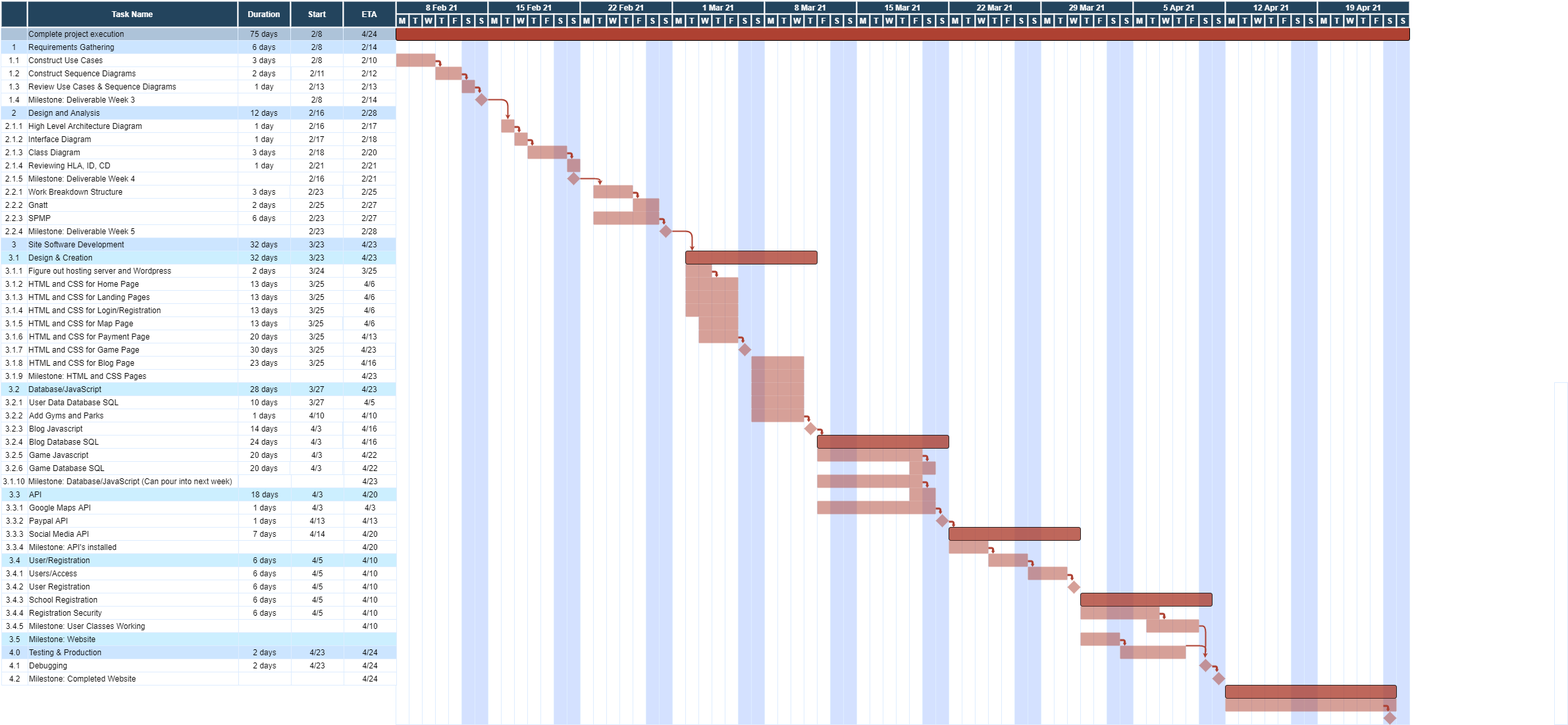
Hanandrof/Group-3-Repository keeps this draw.io diagram as Deliverables/Week_5/Gnatt.png. Above is the earlier version. Source tidied: cells renumbered, new cells last; positions are measured from the earlier drawing's top-left corner, leaving out a move shared by most shapes.
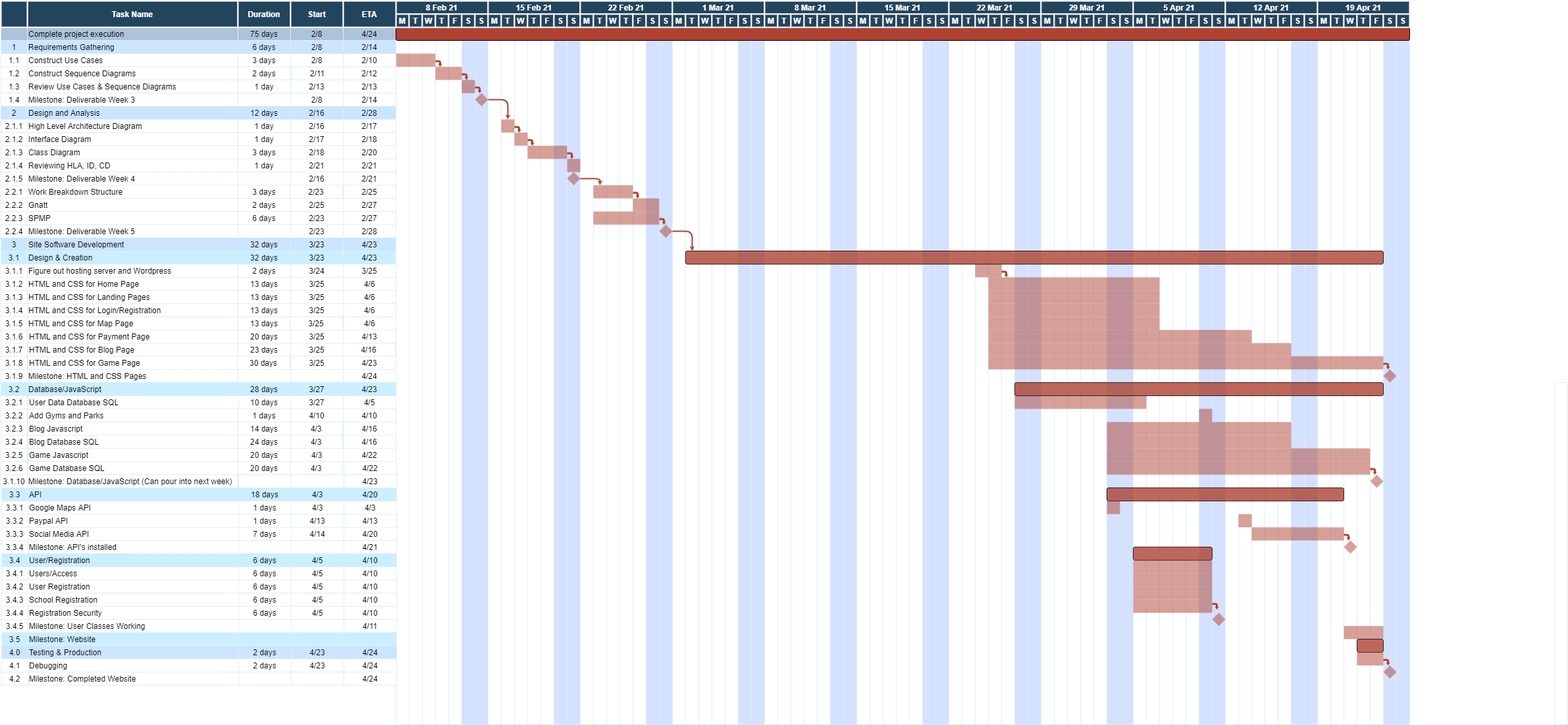
The same file after the commit.

What changed in the source:
```diff
@@ -323,30 +323,30 @@
     <mxCell id="105" style="shape=mxgraph.flowchart.process;fillColor=#AE4132;strokeColor=none;strokeWidth=2;opacity=50;" parent="3" vertex="1">
-      <mxGeometry x="440" y="360" width="40" height="20" as="geometry" />
+      <mxGeometry x="880" y="360" width="40" height="20" as="geometry" />
     </mxCell>
     <mxCell id="106" style="rounded=1;whiteSpace=wrap;html=1;fillColor=#AE4132;opacity=80;" parent="3" vertex="1">
-      <mxGeometry x="440" y="340" width="200" height="20" as="geometry" />
+      <mxGeometry x="440" y="340" width="1060" height="20" as="geometry" />
     </mxCell>
     <mxCell id="107" style="shape=mxgraph.flowchart.process;fillColor=#AE4132;strokeColor=none;strokeWidth=2;opacity=50;" parent="3" vertex="1">
-      <mxGeometry x="440" y="380" width="80" height="20" as="geometry" />
+      <mxGeometry x="900" y="380" width="260" height="20" as="geometry" />
     </mxCell>
     <mxCell id="108" style="shape=mxgraph.flowchart.process;fillColor=#AE4132;strokeColor=none;strokeWidth=2;opacity=50;" parent="3" vertex="1">
-      <mxGeometry x="440" y="400" width="80" height="20" as="geometry" />
+      <mxGeometry x="900" y="400" width="260" height="20" as="geometry" />
     </mxCell>
     <mxCell id="109" style="shape=mxgraph.flowchart.process;fillColor=#AE4132;strokeColor=none;strokeWidth=2;opacity=50;" parent="3" vertex="1">
-      <mxGeometry x="440" y="420" width="80" height="20" as="geometry" />
+      <mxGeometry x="900" y="420" width="260" height="20" as="geometry" />
     </mxCell>
     <mxCell id="110" style="rhombus;whiteSpace=wrap;html=1;fillColor=#AE4132;strokeColor=none;opacity=50;" parent="3" vertex="1">
-      <mxGeometry x="520" y="480" width="20" height="20" as="geometry" />
+      <mxGeometry x="1500" y="520" width="20" height="20" as="geometry" />
     </mxCell>
     <mxCell id="111" style="shape=mxgraph.flowchart.process;fillColor=#AE4132;strokeColor=none;strokeWidth=2;opacity=50;" parent="3" vertex="1">
-      <mxGeometry x="540" y="500" width="80" height="20" as="geometry" />
+      <mxGeometry x="900" y="480" width="460" height="20" as="geometry" />
     </mxCell>
     <mxCell id="112" style="shape=mxgraph.flowchart.process;fillColor=#AE4132;strokeColor=none;strokeWidth=2;opacity=50;" parent="3" vertex="1">
-      <mxGeometry x="460" y="440" width="60" height="20" as="geometry" />
+      <mxGeometry x="900" y="440" width="260" height="20" as="geometry" />
     </mxCell>
     <mxCell id="113" style="shape=mxgraph.flowchart.process;fillColor=#AE4132;strokeColor=none;strokeWidth=2;opacity=50;" parent="3" vertex="1">
-      <mxGeometry x="460" y="460" width="60" height="20" as="geometry" />
+      <mxGeometry x="900" y="460" width="400" height="20" as="geometry" />
     </mxCell>
     <mxCell id="114" style="shape=mxgraph.arrows.bent_right_arrow;fillColor=#AE4132;strokeColor=none;strokeWidth=2;direction=south;" parent="3" vertex="1">
-      <mxGeometry x="480" y="370" width="10" height="10" as="geometry" />
+      <mxGeometry x="920" y="370" width="10" height="10" as="geometry" />
     </mxCell>
@@ -361,142 +361,88 @@
     <mxCell id="116" style="shape=mxgraph.arrows.bent_right_arrow;fillColor=#AE4132;strokeColor=none;strokeWidth=2;direction=south;" parent="3" vertex="1">
-      <mxGeometry x="520" y="470" width="10" height="10" as="geometry" />
+      <mxGeometry x="1500" y="510" width="10" height="10" as="geometry" />
     </mxCell>
     <mxCell id="117" style="shape=mxgraph.flowchart.process;fillColor=#AE4132;strokeColor=none;strokeWidth=2;opacity=50;" parent="3" vertex="1">
-      <mxGeometry x="540" y="520" width="80" height="20" as="geometry" />
+      <mxGeometry x="940" y="560" width="200" height="20" as="geometry" />
     </mxCell>
     <mxCell id="118" style="shape=mxgraph.flowchart.process;fillColor=#AE4132;strokeColor=none;strokeWidth=2;opacity=50;" parent="3" vertex="1">
-      <mxGeometry x="540" y="540" width="80" height="20" as="geometry" />
+      <mxGeometry x="1080" y="600" width="280" height="20" as="geometry" />
     </mxCell>
-    <mxCell id="119" style="shape=mxgraph.flowchart.process;fillColor=#AE4132;strokeColor=none;strokeWidth=2;opacity=50;" parent="3" vertex="1">
-      <mxGeometry x="540" y="560" width="80" height="20" as="geometry" />
-    </mxCell>
-    <mxCell id="120" style="shape=mxgraph.flowchart.process;fillColor=#AE4132;strokeColor=none;strokeWidth=2;opacity=50;" parent="3" vertex="1">
-      <mxGeometry x="540" y="580" width="80" height="20" as="geometry" />
-    </mxCell>
     <mxCell id="121" style="rhombus;whiteSpace=wrap;html=1;fillColor=#AE4132;strokeColor=none;opacity=50;" parent="3" vertex="1">
-      <mxGeometry x="620" y="600" width="20" height="20" as="geometry" />
+      <mxGeometry x="1480" y="680" width="20" height="20" as="geometry" />
     </mxCell>
     <mxCell id="122" style="shape=mxgraph.arrows.bent_right_arrow;fillColor=#AE4132;strokeColor=none;strokeWidth=2;direction=south;" parent="3" vertex="1">
-      <mxGeometry x="620" y="590" width="10" height="10" as="geometry" />
+      <mxGeometry x="1480" y="670" width="10" height="10" as="geometry" />
     </mxCell>
     <mxCell id="123" style="rounded=1;whiteSpace=wrap;html=1;fillColor=#AE4132;opacity=80;" parent="3" vertex="1">
-      <mxGeometry x="640" y="620" width="200" height="20" as="geometry" />
+      <mxGeometry x="1080" y="700" width="360" height="20" as="geometry" />
     </mxCell>
-    <mxCell id="124" style="shape=mxgraph.arrows.bent_right_arrow;fillColor=#AE4132;strokeColor=none;strokeWidth=2;direction=south;" parent="3" vertex="1">
-      <mxGeometry x="640" y="610" width="10" height="10" as="geometry" />
-    </mxCell>
-    <mxCell id="125" style="shape=mxgraph.flowchart.process;fillColor=#AE4132;strokeColor=none;strokeWidth=2;opacity=50;" parent="3" vertex="1">
-      <mxGeometry x="640" y="640" width="160" height="20" as="geometry" />
-    </mxCell>
-    <mxCell id="126" style="shape=mxgraph.flowchart.process;fillColor=#AE4132;strokeColor=none;strokeWidth=2;opacity=50;" parent="3" vertex="1">
-      <mxGeometry x="640" y="680" width="160" height="20" as="geometry" />
-    </mxCell>
-    <mxCell id="127" style="shape=mxgraph.flowchart.process;fillColor=#AE4132;strokeColor=none;strokeWidth=2;opacity=50;" parent="3" vertex="1">
-      <mxGeometry x="640" y="720" width="180" height="20" as="geometry" />
-    </mxCell>
-    <mxCell id="128" style="shape=mxgraph.flowchart.process;fillColor=#AE4132;strokeColor=none;strokeWidth=2;opacity=50;" parent="3" vertex="1">
-      <mxGeometry x="780" y="660" width="40" height="20" as="geometry" />
-    </mxCell>
-    <mxCell id="129" style="shape=mxgraph.flowchart.process;fillColor=#AE4132;strokeColor=none;strokeWidth=2;opacity=50;" parent="3" vertex="1">
-      <mxGeometry x="780" y="700" width="40" height="20" as="geometry" />
-    </mxCell>
-    <mxCell id="130" style="shape=mxgraph.arrows.bent_right_arrow;fillColor=#AE4132;strokeColor=none;strokeWidth=2;direction=south;" parent="3" vertex="1">
-      <mxGeometry x="800" y="650" width="10" height="10" as="geometry" />
-    </mxCell>
-    <mxCell id="131" style="shape=mxgraph.arrows.bent_right_arrow;fillColor=#AE4132;strokeColor=none;strokeWidth=2;direction=south;" parent="3" vertex="1">
-      <mxGeometry x="800" y="690" width="10" height="10" as="geometry" />
-    </mxCell>
-    <mxCell id="132" style="shape=mxgraph.arrows.bent_right_arrow;fillColor=#AE4132;strokeColor=none;strokeWidth=2;direction=south;" parent="3" vertex="1">
-      <mxGeometry x="820" y="730" width="10" height="10" as="geometry" />
-    </mxCell>
-    <mxCell id="133" style="rhombus;whiteSpace=wrap;html=1;fillColor=#AE4132;strokeColor=none;opacity=50;" parent="3" vertex="1">
-      <mxGeometry x="820" y="740" width="20" height="20" as="geometry" />
-    </mxCell>
     <mxCell id="134" style="rounded=1;whiteSpace=wrap;html=1;fillColor=#AE4132;opacity=80;" parent="3" vertex="1">
-      <mxGeometry x="840" y="760" width="200" height="20" as="geometry" />
+      <mxGeometry x="1120" y="790" width="120" height="20" as="geometry" />
     </mxCell>
     <mxCell id="135" style="shape=mxgraph.flowchart.process;fillColor=#AE4132;strokeColor=none;strokeWidth=2;opacity=50;" parent="3" vertex="1">
-      <mxGeometry x="840" y="780" width="60" height="20" as="geometry" />
+      <mxGeometry x="1080" y="720" width="20" height="20" as="geometry" />
     </mxCell>
     <mxCell id="136" style="shape=mxgraph.flowchart.process;fillColor=#AE4132;strokeColor=none;strokeWidth=2;opacity=50;" parent="3" vertex="1">
-      <mxGeometry x="900" y="800" width="60" height="20" as="geometry" />
+      <mxGeometry x="1300" y="760" width="140" height="20" as="geometry" />
     </mxCell>
     <mxCell id="137" style="shape=mxgraph.flowchart.process;fillColor=#AE4132;strokeColor=none;strokeWidth=2;opacity=50;" parent="3" vertex="1">
-      <mxGeometry x="960" y="820" width="60" height="20" as="geometry" />
+      <mxGeometry x="1280" y="740" width="20" height="20" as="geometry" />
     </mxCell>
     <mxCell id="138" style="rhombus;whiteSpace=wrap;html=1;fillColor=#AE4132;strokeColor=none;opacity=50;" parent="3" vertex="1">
-      <mxGeometry x="1020" y="841" width="20" height="20" as="geometry" />
+      <mxGeometry x="1440" y="780" width="20" height="20" as="geometry" />
     </mxCell>
-    <mxCell id="139" style="shape=mxgraph.arrows.bent_right_arrow;fillColor=#AE4132;strokeColor=none;strokeWidth=2;direction=south;" parent="3" vertex="1">
-      <mxGeometry x="900" y="790" width="10" height="10" as="geometry" />
-    </mxCell>
-    <mxCell id="140" style="shape=mxgraph.arrows.bent_right_arrow;fillColor=#AE4132;strokeColor=none;strokeWidth=2;direction=south;" parent="3" vertex="1">
-      <mxGeometry x="960" y="810" width="10" height="10" as="geometry" />
-    </mxCell>
     <mxCell id="141" style="shape=mxgraph.arrows.bent_right_arrow;fillColor=#AE4132;strokeColor=none;strokeWidth=2;direction=south;" parent="3" vertex="1">
-      <mxGeometry x="1020" y="831" width="10" height="10" as="geometry" />
+      <mxGeometry x="1440" y="770" width="10" height="10" as="geometry" />
     </mxCell>
-    <mxCell id="142" style="shape=mxgraph.arrows.bent_right_arrow;fillColor=#AE4132;strokeColor=none;strokeWidth=2;direction=south;" parent="3" vertex="1">
-      <mxGeometry x="840" y="750" width="10" height="10" as="geometry" />
-    </mxCell>
-    <mxCell id="143" style="rounded=1;whiteSpace=wrap;html=1;fillColor=#AE4132;opacity=80;" parent="3" vertex="1">
-      <mxGeometry x="1040" y="860" width="200" height="20" as="geometry" />
-    </mxCell>
     <mxCell id="144" style="shape=mxgraph.flowchart.process;fillColor=#AE4132;strokeColor=none;strokeWidth=2;opacity=50;" parent="3" vertex="1">
-      <mxGeometry x="1040" y="880" width="120" height="20" as="geometry" />
+      <mxGeometry x="1120" y="810" width="120" height="20" as="geometry" />
     </mxCell>
-    <mxCell id="145" style="shape=mxgraph.flowchart.process;fillColor=#AE4132;strokeColor=none;strokeWidth=2;opacity=50;" parent="3" vertex="1">
-      <mxGeometry x="1140" y="900" width="80" height="20" as="geometry" />
-    </mxCell>
     <mxCell id="146" style="shape=mxgraph.flowchart.process;fillColor=#AE4132;strokeColor=none;strokeWidth=2;opacity=50;" parent="3" vertex="1">
-      <mxGeometry x="1040" y="920" width="60" height="20" as="geometry" />
+      <mxGeometry x="1440" y="910" width="60" height="20" as="geometry" />
     </mxCell>
-    <mxCell id="147" style="edgeStyle=orthogonalEdgeStyle;rounded=1;jettySize=auto;html=1;endSize=1;strokeColor=#AE4132;strokeWidth=2;endArrow=none;endFill=0;" parent="3" edge="1" source="148">
-      <mxGeometry relative="1" as="geometry">
-        <mxPoint x="1230" y="950" as="targetPoint" />
-        <Array as="points">
-          <mxPoint x="1230" y="940" />
-        </Array>
-      </mxGeometry>
-    </mxCell>
-    <mxCell id="148" style="shape=mxgraph.flowchart.process;fillColor=#AE4132;strokeColor=none;strokeWidth=2;opacity=50;" parent="3" vertex="1">
-      <mxGeometry x="1100" y="940" width="100" height="20" as="geometry" />
-    </mxCell>
     <mxCell id="149" style="rhombus;whiteSpace=wrap;html=1;fillColor=#AE4132;strokeColor=none;opacity=50;" parent="3" vertex="1">
-      <mxGeometry x="1220" y="960" width="20" height="20" as="geometry" />
+      <mxGeometry x="1500" y="970" width="20" height="20" as="geometry" />
     </mxCell>
     <mxCell id="150" style="rhombus;whiteSpace=wrap;html=1;fillColor=#AE4132;strokeColor=none;opacity=50;" parent="3" vertex="1">
-      <mxGeometry x="1240" y="980" width="20" height="20" as="geometry" />
+      <mxGeometry x="1240" y="890" width="20" height="20" as="geometry" />
     </mxCell>
     <mxCell id="151" style="shape=mxgraph.arrows.bent_right_arrow;fillColor=#AE4132;strokeColor=none;strokeWidth=2;direction=south;" parent="3" vertex="1">
-      <mxGeometry x="1160" y="890" width="10" height="10" as="geometry" />
+      <mxGeometry x="1240" y="875" width="10" height="10" as="geometry" />
     </mxCell>
     <mxCell id="152" style="shape=mxgraph.arrows.bent_right_arrow;fillColor=#AE4132;strokeColor=none;strokeWidth=2;direction=south;" parent="3" vertex="1">
-      <mxGeometry x="1100" y="930" width="10" height="10" as="geometry" />
+      <mxGeometry x="1500" y="960" width="10" height="10" as="geometry" />
     </mxCell>
-    <mxCell id="153" style="shape=mxgraph.arrows.bent_right_arrow;fillColor=#AE4132;strokeColor=none;strokeWidth=2;direction=south;" parent="3" vertex="1">
-      <mxGeometry x="1240" y="970" width="10" height="10" as="geometry" />
-    </mxCell>
-    <mxCell id="154" style="edgeStyle=orthogonalEdgeStyle;rounded=1;jettySize=auto;html=1;strokeWidth=2;endSize=1;strokeColor=#AE4132;entryX=0.46;entryY=-0.079;entryDx=0;entryDy=0;entryPerimeter=0;" parent="3" edge="1" target="149">
-      <mxGeometry relative="1" as="geometry">
-        <mxPoint x="1220" y="910" as="sourcePoint" />
-        <Array as="points">
-          <mxPoint x="1230" y="910" />
-          <mxPoint x="1230" y="940" />
-          <mxPoint x="1229" y="940" />
-        </Array>
-      </mxGeometry>
-    </mxCell>
     <mxCell id="155" style="rounded=1;whiteSpace=wrap;html=1;fillColor=#AE4132;opacity=80;" parent="3" vertex="1">
-      <mxGeometry x="1260" y="1000" width="260" height="20" as="geometry" />
+      <mxGeometry x="1460" y="930" width="40" height="20" as="geometry" />
     </mxCell>
-    <mxCell id="156" style="shape=mxgraph.flowchart.process;fillColor=#AE4132;strokeColor=none;strokeWidth=2;opacity=50;" parent="3" vertex="1">
-      <mxGeometry x="1260" y="1020" width="260" height="20" as="geometry" />
-    </mxCell>
-    <mxCell id="157" style="rhombus;whiteSpace=wrap;html=1;fillColor=#AE4132;strokeColor=none;opacity=50;" parent="3" vertex="1">
-      <mxGeometry x="1500" y="1040" width="20" height="20" as="geometry" />
-    </mxCell>
-    <mxCell id="158" style="shape=mxgraph.arrows.bent_right_arrow;fillColor=#AE4132;strokeColor=none;strokeWidth=2;direction=south;" parent="3" vertex="1">
-      <mxGeometry x="1500" y="1030" width="10" height="10" as="geometry" />
-    </mxCell>
+    <mxCell id="510" style="shape=mxgraph.flowchart.process;fillColor=#AE4132;strokeColor=none;strokeWidth=2;opacity=50;" parent="3" vertex="1">
+      <mxGeometry x="900" y="500" width="600" height="20" as="geometry" />
+    </mxCell>
+    <mxCell id="511" style="rounded=1;whiteSpace=wrap;html=1;fillColor=#AE4132;opacity=80;" parent="3" vertex="1">
+      <mxGeometry x="940" y="540" width="560" height="20" as="geometry" />
+    </mxCell>
+    <mxCell id="512" style="shape=mxgraph.flowchart.process;fillColor=#AE4132;strokeColor=none;strokeWidth=2;opacity=50;" parent="3" vertex="1">
+      <mxGeometry x="1220" y="580" width="20" height="20" as="geometry" />
+    </mxCell>
+    <mxCell id="513" style="shape=mxgraph.flowchart.process;fillColor=#AE4132;strokeColor=none;strokeWidth=2;opacity=50;" parent="3" vertex="1">
+      <mxGeometry x="1080" y="620" width="280" height="20" as="geometry" />
+    </mxCell>
+    <mxCell id="514" style="shape=mxgraph.flowchart.process;fillColor=#AE4132;strokeColor=none;strokeWidth=2;opacity=50;" parent="3" vertex="1">
+      <mxGeometry x="1080" y="640" width="400" height="20" as="geometry" />
+    </mxCell>
+    <mxCell id="515" style="shape=mxgraph.flowchart.process;fillColor=#AE4132;strokeColor=none;strokeWidth=2;opacity=50;" parent="3" vertex="1">
+      <mxGeometry x="1080" y="660" width="400" height="20" as="geometry" />
+    </mxCell>
+    <mxCell id="516" style="shape=mxgraph.flowchart.process;fillColor=#AE4132;strokeColor=none;strokeWidth=2;opacity=50;" parent="3" vertex="1">
+      <mxGeometry x="1120" y="830" width="120" height="20" as="geometry" />
+    </mxCell>
+    <mxCell id="517" style="shape=mxgraph.flowchart.process;fillColor=#AE4132;strokeColor=none;strokeWidth=2;opacity=50;" parent="3" vertex="1">
+      <mxGeometry x="1120" y="850" width="120" height="20" as="geometry" />
+    </mxCell>
+    <mxCell id="518" style="shape=mxgraph.flowchart.process;fillColor=#AE4132;strokeColor=none;strokeWidth=2;opacity=50;" parent="3" vertex="1">
+      <mxGeometry x="1120" y="870" width="120" height="20" as="geometry" />
+    </mxCell>
+    <mxCell id="519" style="shape=mxgraph.flowchart.process;fillColor=#AE4132;strokeColor=none;strokeWidth=2;opacity=50;" parent="3" vertex="1">
+      <mxGeometry x="1460" y="950" width="40" height="20" as="geometry" />
+    </mxCell>
     <mxCell id="159" value="8 Feb 21" style="fillColor=#23445D;strokeColor=#FFFFFF;strokeWidth=2;fontColor=#FFFFFF;fontStyle=1;" parent="1" vertex="1">
@@ -859,3 +805,3 @@
     <mxCell id="278" value="HTML and CSS for Game Page" style="align=left;strokeColor=#DEEDFF;" parent="1" vertex="1">
-      <mxGeometry x="40" y="520" width="320" height="20" as="geometry" />
+      <mxGeometry x="41" y="540" width="320" height="20" as="geometry" />
     </mxCell>
@@ -874,3 +820,3 @@
     <mxCell id="283" value="HTML and CSS for Blog Page" style="align=left;strokeColor=#DEEDFF;" parent="1" vertex="1">
-      <mxGeometry x="41" y="540" width="320" height="20" as="geometry" />
+      <mxGeometry x="41" y="520" width="320" height="20" as="geometry" />
     </mxCell>
@@ -927,5 +873,2 @@
     </mxCell>
-    <mxCell id="301" value="4/23" style="strokeColor=#DEEDFF;" parent="1" vertex="1">
-      <mxGeometry x="519" y="520" width="80" height="20" as="geometry" />
-    </mxCell>
     <mxCell id="302" value="3.1.7" style="strokeColor=#DEEDFF;" parent="1" vertex="1">
@@ -937,3 +880,3 @@
     <mxCell id="304" value="30 days" style="strokeColor=#DEEDFF;" parent="1" vertex="1">
-      <mxGeometry x="360" y="520" width="80" height="20" as="geometry" />
+      <mxGeometry x="359" y="540" width="80" height="20" as="geometry" />
     </mxCell>
@@ -943,3 +886,3 @@
     <mxCell id="306" value="4/16" style="strokeColor=#DEEDFF;" parent="1" vertex="1">
-      <mxGeometry x="519" y="540" width="80" height="20" as="geometry" />
+      <mxGeometry x="519" y="520" width="80" height="20" as="geometry" />
     </mxCell>
@@ -951,5 +894,2 @@
     </mxCell>
-    <mxCell id="309" value="23 days" style="strokeColor=#DEEDFF;" parent="1" vertex="1">
-      <mxGeometry x="360" y="540" width="80" height="20" as="geometry" />
-    </mxCell>
     <mxCell id="310" value="3/25" style="strokeColor=#DEEDFF;" parent="1" vertex="1">
@@ -1191,3 +1131,3 @@
     </mxCell>
-    <mxCell id="389" value="4/23" style="strokeColor=#DEEDFF;fillColor=#FFFFFF;" parent="1" vertex="1">
+    <mxCell id="389" value="4/24" style="strokeColor=#DEEDFF;fillColor=#FFFFFF;" parent="1" vertex="1">
       <mxGeometry x="520" y="560" width="80" height="20" as="geometry" />
@@ -1383,3 +1323,3 @@
     </mxCell>
-    <mxCell id="453" value="4/20" style="strokeColor=#DEEDFF;fillColor=#FFFFFF;" parent="1" vertex="1">
+    <mxCell id="453" value="4/21" style="strokeColor=#DEEDFF;fillColor=#FFFFFF;" parent="1" vertex="1">
       <mxGeometry x="521" y="820" width="80" height="20" as="geometry" />
@@ -1473,3 +1413,3 @@
     </mxCell>
-    <mxCell id="483" value="4/10" style="strokeColor=#DEEDFF;" parent="1" vertex="1">
+    <mxCell id="483" value="4/11" style="strokeColor=#DEEDFF;" parent="1" vertex="1">
       <mxGeometry x="521" y="940" width="80" height="20" as="geometry" />
@@ -1554,2 +1494,8 @@
     </mxCell>
+    <mxCell id="301" value="4/23" style="strokeColor=#DEEDFF;" parent="1" vertex="1">
+      <mxGeometry x="520" y="540" width="80" height="20" as="geometry" />
+    </mxCell>
+    <mxCell id="309" value="23 days" style="strokeColor=#DEEDFF;" parent="1" vertex="1">
+      <mxGeometry x="360" y="520" width="80" height="20" as="geometry" />
+    </mxCell>
   </root>
```
